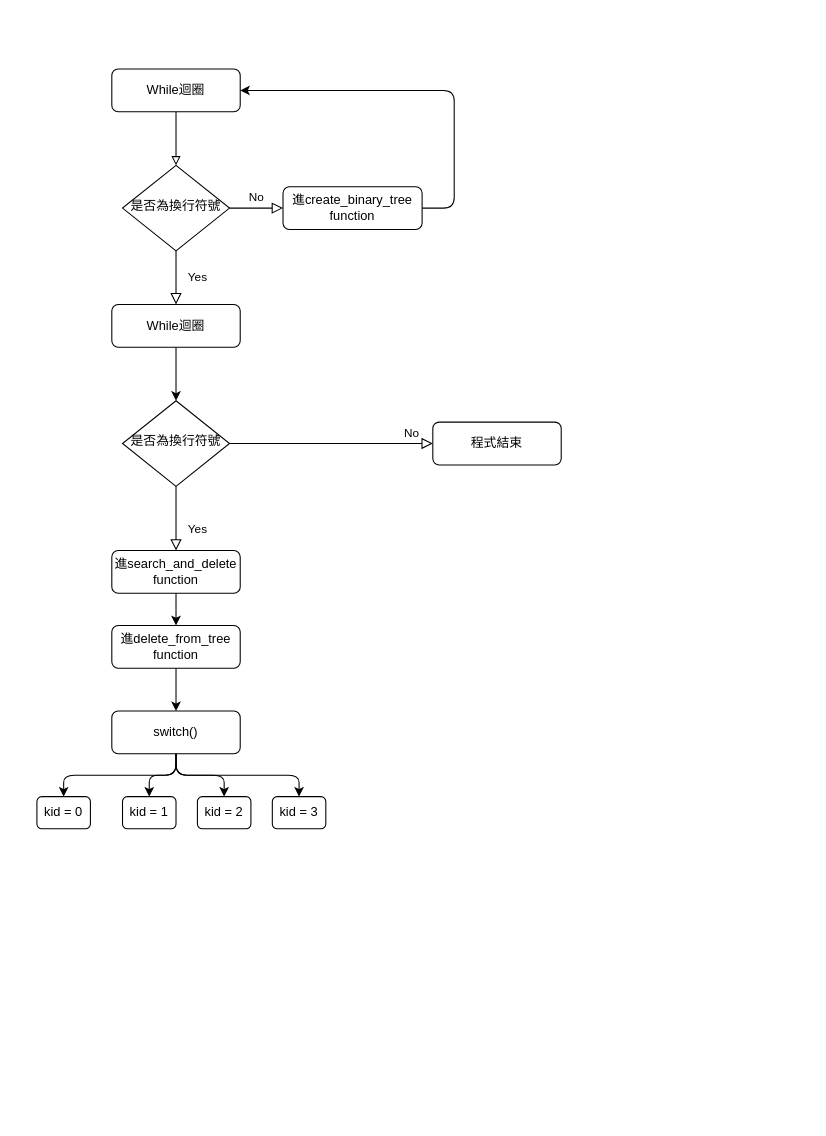
This is Untitled Diagram.drawio from daniel100373/draw.io, a draw.io file, before an edit. Source tidied: cells renumbered, new cells numbered last; positions are measured from the earlier drawing's top-left corner, leaving out a move shared by most shapes. Both pictures are drawn from the tidied source at 107%, with x=0, y=0 at pixel (36, 68).
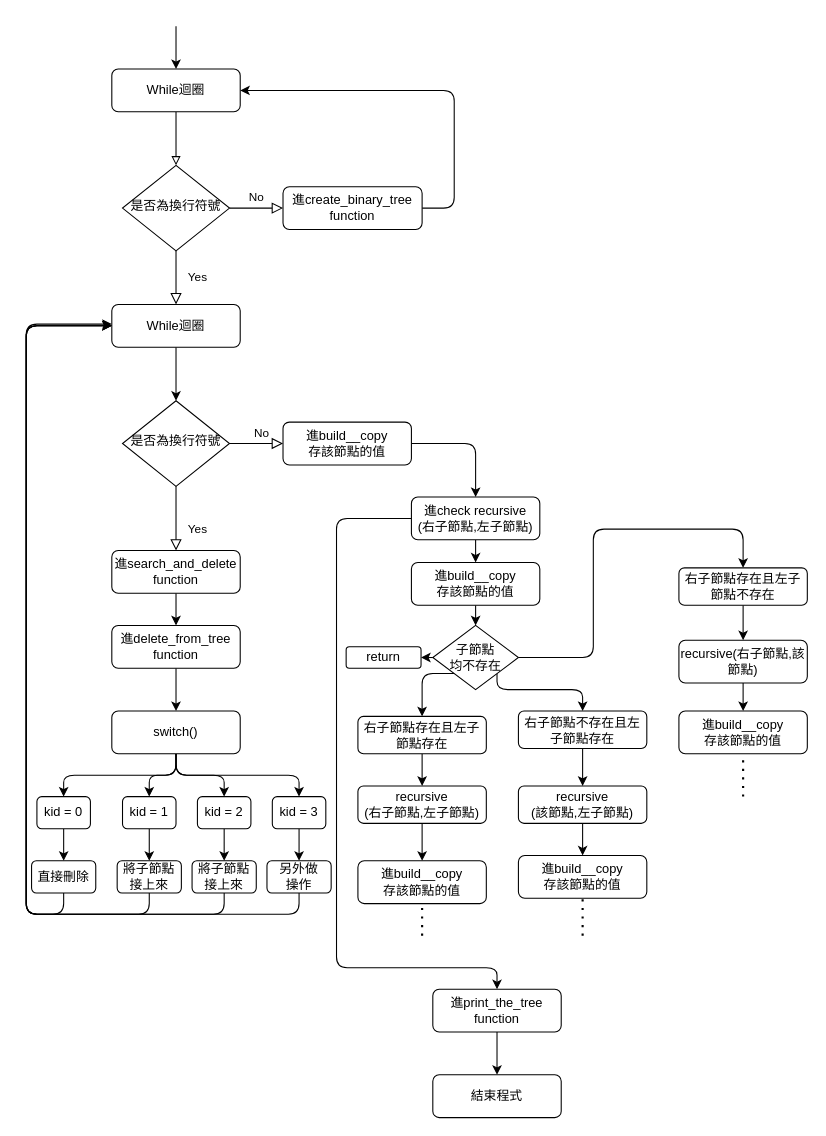
Above is the later version.

The change refers to these unchanged cells:
```xml
<mxCell id="3" value="While迴圈" style="rounded=1;whiteSpace=wrap;html=1;fontSize=12;glass=0;strokeWidth=1;shadow=0;" parent="1" vertex="1">
  <mxGeometry x="70" width="120" height="40" as="geometry" />
</mxCell>
<mxCell id="10" value="是否為換行符號" style="rhombus;whiteSpace=wrap;html=1;shadow=0;fontFamily=Helvetica;fontSize=12;align=center;strokeWidth=1;spacing=6;spacingTop=-4;" parent="1" vertex="1">
  <mxGeometry x="80" y="310" width="100" height="80" as="geometry" />
</mxCell>
<mxCell id="13" value="While迴圈" style="rounded=1;whiteSpace=wrap;html=1;fontSize=12;glass=0;strokeWidth=1;shadow=0;" parent="1" vertex="1">
  <mxGeometry x="70" y="220" width="120" height="40" as="geometry" />
</mxCell>
<mxCell id="24" value="kid = 0" style="rounded=1;whiteSpace=wrap;html=1;fontSize=12;glass=0;strokeWidth=1;shadow=0;" parent="1" vertex="1">
  <mxGeometry y="680" width="50" height="30" as="geometry" />
</mxCell>
<mxCell id="25" value="kid = 3" style="rounded=1;whiteSpace=wrap;html=1;fontSize=12;glass=0;strokeWidth=1;shadow=0;" parent="1" vertex="1">
  <mxGeometry x="220" y="680" width="50" height="30" as="geometry" />
</mxCell>
<mxCell id="26" value="kid = 1" style="rounded=1;whiteSpace=wrap;html=1;fontSize=12;glass=0;strokeWidth=1;shadow=0;" parent="1" vertex="1">
  <mxGeometry x="80" y="680" width="50" height="30" as="geometry" />
</mxCell>
<mxCell id="27" value="kid = 2" style="rounded=1;whiteSpace=wrap;html=1;fontSize=12;glass=0;strokeWidth=1;shadow=0;" parent="1" vertex="1">
  <mxGeometry x="150" y="680" width="50" height="30" as="geometry" />
</mxCell>
```

Change to the diagram source:
```diff
@@
     <mxCell id="9" value="No" style="rounded=0;html=1;jettySize=auto;fontSize=11;endArrow=block;endFill=0;endSize=8;strokeWidth=1;shadow=0;labelBackgroundColor=none;edgeStyle=orthogonalEdgeStyle;" parent="1" edge="1" source="10" target="11">
-      <mxGeometry x="0.79" y="10" relative="1" as="geometry" />
+      <mxGeometry x="0.2" y="10" relative="1" as="geometry" />
     </mxCell>
@@
+    <mxCell id="28" style="edgeStyle=orthogonalEdgeStyle;rounded=1;jettySize=auto;html=1;exitX=1;exitY=0.5;exitDx=0;exitDy=0;entryX=0.5;entryY=0;entryDx=0;entryDy=0;" parent="1" edge="1" source="11" target="44">
+      <mxGeometry relative="1" as="geometry">
+        <Array as="points">
+          <mxPoint x="410" y="350" />
+        </Array>
+      </mxGeometry>
+    </mxCell>
-    <mxCell id="11" value="程式結束" style="rounded=1;whiteSpace=wrap;html=1;fontSize=12;glass=0;strokeWidth=1;shadow=0;" parent="1" vertex="1">
-      <mxGeometry x="370" y="330" width="120" height="40" as="geometry" />
+    <mxCell id="11" value="進build__copy&lt;br&gt;存該節點的值" style="rounded=1;whiteSpace=wrap;html=1;fontSize=12;glass=0;strokeWidth=1;shadow=0;" parent="1" vertex="1">
+      <mxGeometry x="230" y="330" width="120" height="40" as="geometry" />
     </mxCell>
@@
+    <mxCell id="29" style="edgeStyle=orthogonalEdgeStyle;rounded=1;jettySize=auto;html=1;exitX=0.5;exitY=1;exitDx=0;exitDy=0;" parent="1" edge="1" source="24">
+      <mxGeometry relative="1" as="geometry">
+        <mxPoint x="25" y="740" as="targetPoint" />
+      </mxGeometry>
+    </mxCell>
@@
+    <mxCell id="30" style="edgeStyle=orthogonalEdgeStyle;rounded=1;jettySize=auto;html=1;exitX=0.5;exitY=1;exitDx=0;exitDy=0;entryX=0.5;entryY=0;entryDx=0;entryDy=0;" parent="1" edge="1" source="25" target="40">
+      <mxGeometry relative="1" as="geometry" />
+    </mxCell>
@@
+    <mxCell id="31" style="edgeStyle=orthogonalEdgeStyle;rounded=1;jettySize=auto;html=1;exitX=0.5;exitY=1;exitDx=0;exitDy=0;entryX=0.5;entryY=0;entryDx=0;entryDy=0;" parent="1" edge="1" source="26" target="36">
+      <mxGeometry relative="1" as="geometry" />
+    </mxCell>
@@
+    <mxCell id="32" style="edgeStyle=orthogonalEdgeStyle;rounded=1;jettySize=auto;html=1;exitX=0.5;exitY=1;exitDx=0;exitDy=0;" parent="1" edge="1" source="27" target="38">
+      <mxGeometry relative="1" as="geometry" />
+    </mxCell>
@@
+    <mxCell id="33" style="edgeStyle=orthogonalEdgeStyle;rounded=1;jettySize=auto;html=1;exitX=0.5;exitY=1;exitDx=0;exitDy=0;entryX=0;entryY=0.5;entryDx=0;entryDy=0;" parent="1" edge="1" source="34" target="13">
+      <mxGeometry relative="1" as="geometry">
+        <Array as="points">
+          <mxPoint x="25" y="790" />
+          <mxPoint x="-10" y="790" />
+          <mxPoint x="-10" y="240" />
+        </Array>
+      </mxGeometry>
+    </mxCell>
+    <mxCell id="34" value="直接刪除" style="rounded=1;whiteSpace=wrap;html=1;fontSize=12;glass=0;strokeWidth=1;shadow=0;" parent="1" vertex="1">
+      <mxGeometry x="-5" y="740" width="60" height="30" as="geometry" />
+    </mxCell>
+    <mxCell id="35" style="edgeStyle=orthogonalEdgeStyle;rounded=1;jettySize=auto;html=1;exitX=0.5;exitY=1;exitDx=0;exitDy=0;" parent="1" edge="1" source="36">
+      <mxGeometry relative="1" as="geometry">
+        <mxPoint x="70" y="240" as="targetPoint" />
+        <Array as="points">
+          <mxPoint x="105" y="790" />
+          <mxPoint x="-10" y="790" />
+          <mxPoint x="-10" y="240" />
+        </Array>
+      </mxGeometry>
+    </mxCell>
+    <mxCell id="36" value="將子節點接上來" style="rounded=1;whiteSpace=wrap;html=1;fontSize=12;glass=0;strokeWidth=1;shadow=0;" parent="1" vertex="1">
+      <mxGeometry x="75" y="740" width="60" height="30" as="geometry" />
+    </mxCell>
+    <mxCell id="37" style="edgeStyle=orthogonalEdgeStyle;rounded=1;jettySize=auto;html=1;exitX=0.5;exitY=1;exitDx=0;exitDy=0;" parent="1" edge="1" source="38">
+      <mxGeometry relative="1" as="geometry">
+        <mxPoint x="70" y="238.4" as="targetPoint" />
+        <Array as="points">
+          <mxPoint x="175" y="790" />
+          <mxPoint x="-10" y="790" />
+          <mxPoint x="-10" y="238" />
+        </Array>
+      </mxGeometry>
+    </mxCell>
+    <mxCell id="38" value="將子節點接上來" style="rounded=1;whiteSpace=wrap;html=1;fontSize=12;glass=0;strokeWidth=1;shadow=0;" parent="1" vertex="1">
+      <mxGeometry x="145" y="740" width="60" height="30" as="geometry" />
+    </mxCell>
+    <mxCell id="39" style="edgeStyle=orthogonalEdgeStyle;rounded=1;jettySize=auto;html=1;exitX=0.5;exitY=1;exitDx=0;exitDy=0;" parent="1" edge="1" source="40">
+      <mxGeometry relative="1" as="geometry">
+        <mxPoint x="70" y="240" as="targetPoint" />
+        <Array as="points">
+          <mxPoint x="245" y="790" />
+          <mxPoint x="-10" y="790" />
+          <mxPoint x="-10" y="240" />
+        </Array>
+      </mxGeometry>
+    </mxCell>
+    <mxCell id="40" value="另外做&lt;br&gt;操作" style="rounded=1;whiteSpace=wrap;html=1;fontSize=12;glass=0;strokeWidth=1;shadow=0;" parent="1" vertex="1">
+      <mxGeometry x="215" y="740" width="60" height="30" as="geometry" />
+    </mxCell>
+    <mxCell id="41" style="endArrow=classic;html=1;entryX=0.5;entryY=0;entryDx=0;entryDy=0;" parent="1" edge="1" target="3">
+      <mxGeometry relative="1" as="geometry">
+        <mxPoint x="130" y="-40" as="sourcePoint" />
+      </mxGeometry>
+    </mxCell>
+    <mxCell id="42" style="edgeStyle=orthogonalEdgeStyle;rounded=1;jettySize=auto;html=1;exitX=0.5;exitY=1;exitDx=0;exitDy=0;" parent="1" edge="1" source="44" target="61">
+      <mxGeometry relative="1" as="geometry" />
+    </mxCell>
+    <mxCell id="43" style="edgeStyle=orthogonalEdgeStyle;rounded=1;jettySize=auto;html=1;exitX=0;exitY=0.5;exitDx=0;exitDy=0;" parent="1" edge="1" source="44" target="73">
+      <mxGeometry relative="1" as="geometry">
+        <Array as="points">
+          <mxPoint x="280" y="420" />
+          <mxPoint x="280" y="840" />
+          <mxPoint x="430" y="840" />
+        </Array>
+      </mxGeometry>
+    </mxCell>
+    <mxCell id="44" value="進check recursive&lt;br&gt;(右子節點,左子節點)" style="rounded=1;whiteSpace=wrap;html=1;fontSize=12;glass=0;strokeWidth=1;shadow=0;" parent="1" vertex="1">
+      <mxGeometry x="350" y="400" width="120" height="40" as="geometry" />
+    </mxCell>
+    <mxCell id="45" style="edgeStyle=orthogonalEdgeStyle;rounded=1;jettySize=auto;html=1;exitX=0;exitY=0.5;exitDx=0;exitDy=0;entryX=1;entryY=0.5;entryDx=0;entryDy=0;" parent="1" edge="1" source="49" target="50">
+      <mxGeometry relative="1" as="geometry" />
+    </mxCell>
+    <mxCell id="46" style="edgeStyle=orthogonalEdgeStyle;rounded=1;jettySize=auto;html=1;" parent="1" edge="1" source="49" target="52">
+      <mxGeometry relative="1" as="geometry">
+        <Array as="points">
+          <mxPoint x="520" y="550" />
+          <mxPoint x="520" y="430" />
+          <mxPoint x="660" y="430" />
+        </Array>
+      </mxGeometry>
+    </mxCell>
+    <mxCell id="47" style="edgeStyle=orthogonalEdgeStyle;rounded=1;jettySize=auto;html=1;exitX=1;exitY=1;exitDx=0;exitDy=0;entryX=0.5;entryY=0;entryDx=0;entryDy=0;" parent="1" edge="1" source="49" target="56">
+      <mxGeometry relative="1" as="geometry">
+        <Array as="points">
+          <mxPoint x="430" y="580" />
+          <mxPoint x="510" y="580" />
+        </Array>
+      </mxGeometry>
+    </mxCell>
+    <mxCell id="48" style="edgeStyle=orthogonalEdgeStyle;rounded=1;jettySize=auto;html=1;exitX=0;exitY=1;exitDx=0;exitDy=0;" parent="1" edge="1" source="49" target="67">
+      <mxGeometry relative="1" as="geometry">
+        <Array as="points">
+          <mxPoint x="360" y="565" />
+        </Array>
+      </mxGeometry>
+    </mxCell>
+    <mxCell id="49" value="子節點&lt;br&gt;均不存在" style="rhombus;whiteSpace=wrap;html=1;" parent="1" vertex="1">
+      <mxGeometry x="370" y="520" width="80" height="60" as="geometry" />
+    </mxCell>
+    <mxCell id="50" value="return" style="rounded=1;whiteSpace=wrap;html=1;" parent="1" vertex="1">
+      <mxGeometry x="289" y="540" width="70" height="20" as="geometry" />
+    </mxCell>
+    <mxCell id="51" style="edgeStyle=orthogonalEdgeStyle;rounded=1;jettySize=auto;html=1;exitX=0.5;exitY=1;exitDx=0;exitDy=0;entryX=0.5;entryY=0;entryDx=0;entryDy=0;" parent="1" edge="1" source="52" target="54">
+      <mxGeometry relative="1" as="geometry" />
+    </mxCell>
+    <mxCell id="52" value="右子節點存在且左子節點不存在" style="rounded=1;whiteSpace=wrap;html=1;fontSize=12;glass=0;strokeWidth=1;shadow=0;" parent="1" vertex="1">
+      <mxGeometry x="600" y="466.2" width="120" height="35" as="geometry" />
+    </mxCell>
+    <mxCell id="53" style="edgeStyle=orthogonalEdgeStyle;rounded=1;jettySize=auto;html=1;exitX=0.5;exitY=1;exitDx=0;exitDy=0;entryX=0.5;entryY=0;entryDx=0;entryDy=0;" parent="1" edge="1" source="54" target="62">
+      <mxGeometry relative="1" as="geometry" />
+    </mxCell>
+    <mxCell id="54" value="recursive(右子節點,該節點)" style="rounded=1;whiteSpace=wrap;html=1;fontSize=12;glass=0;strokeWidth=1;shadow=0;" parent="1" vertex="1">
+      <mxGeometry x="600" y="533.8" width="120" height="40" as="geometry" />
+    </mxCell>
+    <mxCell id="55" style="edgeStyle=orthogonalEdgeStyle;rounded=1;jettySize=auto;html=1;exitX=0.5;exitY=1;exitDx=0;exitDy=0;entryX=0.5;entryY=0;entryDx=0;entryDy=0;" parent="1" edge="1" source="56" target="58">
+      <mxGeometry relative="1" as="geometry" />
+    </mxCell>
+    <mxCell id="56" value="右子節點不存在且左子節點存在" style="rounded=1;whiteSpace=wrap;html=1;fontSize=12;glass=0;strokeWidth=1;shadow=0;" parent="1" vertex="1">
+      <mxGeometry x="450" y="600" width="120" height="35" as="geometry" />
+    </mxCell>
+    <mxCell id="57" style="edgeStyle=orthogonalEdgeStyle;rounded=1;jettySize=auto;html=1;exitX=0.5;exitY=1;exitDx=0;exitDy=0;entryX=0.5;entryY=0;entryDx=0;entryDy=0;" parent="1" edge="1" source="58" target="63">
+      <mxGeometry relative="1" as="geometry" />
+    </mxCell>
+    <mxCell id="58" value="recursive&lt;br&gt;(該節點,左子節點)" style="rounded=1;whiteSpace=wrap;html=1;fontSize=12;glass=0;strokeWidth=1;shadow=0;" parent="1" vertex="1">
+      <mxGeometry x="450" y="670" width="120" height="35" as="geometry" />
+    </mxCell>
+    <mxCell id="59" style="edgeStyle=orthogonalEdgeStyle;rounded=1;orthogonalLoop=1;jettySize=auto;html=1;exitX=0.5;exitY=1;exitDx=0;exitDy=0;" parent="1" edge="1" source="44" target="44">
+      <mxGeometry relative="1" as="geometry" />
+    </mxCell>
+    <mxCell id="60" style="edgeStyle=orthogonalEdgeStyle;rounded=1;jettySize=auto;html=1;exitX=0.5;exitY=1;exitDx=0;exitDy=0;entryX=0.5;entryY=0;entryDx=0;entryDy=0;" parent="1" edge="1" source="61" target="49">
+      <mxGeometry relative="1" as="geometry" />
+    </mxCell>
+    <mxCell id="61" value="進build__copy&lt;br&gt;存該節點的值" style="rounded=1;whiteSpace=wrap;html=1;fontSize=12;glass=0;strokeWidth=1;shadow=0;" parent="1" vertex="1">
+      <mxGeometry x="350" y="461.2" width="120" height="40" as="geometry" />
+    </mxCell>
+    <mxCell id="62" value="進build__copy&lt;br&gt;存該節點的值" style="rounded=1;whiteSpace=wrap;html=1;fontSize=12;glass=0;strokeWidth=1;shadow=0;" parent="1" vertex="1">
+      <mxGeometry x="600" y="600" width="120" height="40" as="geometry" />
+    </mxCell>
+    <mxCell id="63" value="進build__copy&lt;br&gt;存該節點的值" style="rounded=1;whiteSpace=wrap;html=1;fontSize=12;glass=0;strokeWidth=1;shadow=0;" parent="1" vertex="1">
+      <mxGeometry x="450" y="735" width="120" height="40" as="geometry" />
+    </mxCell>
+    <mxCell id="64" style="endArrow=none;dashed=1;html=1;dashPattern=1 3;strokeWidth=2;entryX=0.5;entryY=1;entryDx=0;entryDy=0;" parent="1" edge="1" target="63">
+      <mxGeometry relative="1" as="geometry">
+        <mxPoint x="510" y="810" as="sourcePoint" />
+      </mxGeometry>
+    </mxCell>
+    <mxCell id="65" style="endArrow=none;dashed=1;html=1;dashPattern=1 3;strokeWidth=2;entryX=0.5;entryY=1;entryDx=0;entryDy=0;" parent="1" edge="1" target="62">
+      <mxGeometry relative="1" as="geometry">
+        <mxPoint x="660" y="680" as="sourcePoint" />
+        <Array as="points">
+          <mxPoint x="660" y="680" />
+        </Array>
+      </mxGeometry>
+    </mxCell>
+    <mxCell id="66" style="edgeStyle=orthogonalEdgeStyle;rounded=1;jettySize=auto;html=1;exitX=0.5;exitY=1;exitDx=0;exitDy=0;" parent="1" edge="1" source="67" target="69">
+      <mxGeometry relative="1" as="geometry" />
+    </mxCell>
+    <mxCell id="67" value="右子節點存在且左子節點存在" style="rounded=1;whiteSpace=wrap;html=1;fontSize=12;glass=0;strokeWidth=1;shadow=0;" parent="1" vertex="1">
+      <mxGeometry x="300" y="605" width="120" height="35" as="geometry" />
+    </mxCell>
+    <mxCell id="68" style="edgeStyle=orthogonalEdgeStyle;rounded=1;jettySize=auto;html=1;exitX=0.5;exitY=1;exitDx=0;exitDy=0;entryX=0.5;entryY=0;entryDx=0;entryDy=0;" parent="1" edge="1" source="69" target="70">
+      <mxGeometry relative="1" as="geometry" />
+    </mxCell>
+    <mxCell id="69" value="recursive&lt;br&gt;(右子節點,左子節點)" style="rounded=1;whiteSpace=wrap;html=1;fontSize=12;glass=0;strokeWidth=1;shadow=0;" parent="1" vertex="1">
+      <mxGeometry x="300" y="670" width="120" height="35" as="geometry" />
+    </mxCell>
+    <mxCell id="70" value="進build__copy&lt;br&gt;存該節點的值" style="rounded=1;whiteSpace=wrap;html=1;fontSize=12;glass=0;strokeWidth=1;shadow=0;" parent="1" vertex="1">
+      <mxGeometry x="300" y="740" width="120" height="40" as="geometry" />
+    </mxCell>
+    <mxCell id="71" style="endArrow=none;dashed=1;html=1;dashPattern=1 3;strokeWidth=2;entryX=0.5;entryY=1;entryDx=0;entryDy=0;" parent="1" edge="1" target="70">
+      <mxGeometry relative="1" as="geometry">
+        <mxPoint x="360" y="810" as="sourcePoint" />
+      </mxGeometry>
+    </mxCell>
+    <mxCell id="72" style="edgeStyle=orthogonalEdgeStyle;rounded=1;jettySize=auto;html=1;exitX=0.5;exitY=1;exitDx=0;exitDy=0;" parent="1" edge="1" source="73" target="74">
+      <mxGeometry relative="1" as="geometry" />
+    </mxCell>
+    <mxCell id="73" value="進print_the_tree&lt;br&gt;function" style="rounded=1;whiteSpace=wrap;html=1;" parent="1" vertex="1">
+      <mxGeometry x="370" y="860" width="120" height="40" as="geometry" />
+    </mxCell>
+    <mxCell id="74" value="結束程式" style="rounded=1;whiteSpace=wrap;html=1;" parent="1" vertex="1">
+      <mxGeometry x="370" y="940" width="120" height="40" as="geometry" />
+    </mxCell>
```
